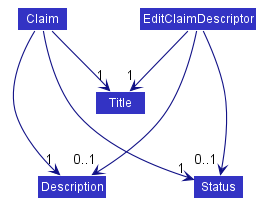
nus-cs2103-AY2122S1/tp keeps this PlantUML diagram as docs/images/ClaimEditClaimDescriptorClassDiagram.png. Above is the earlier version.
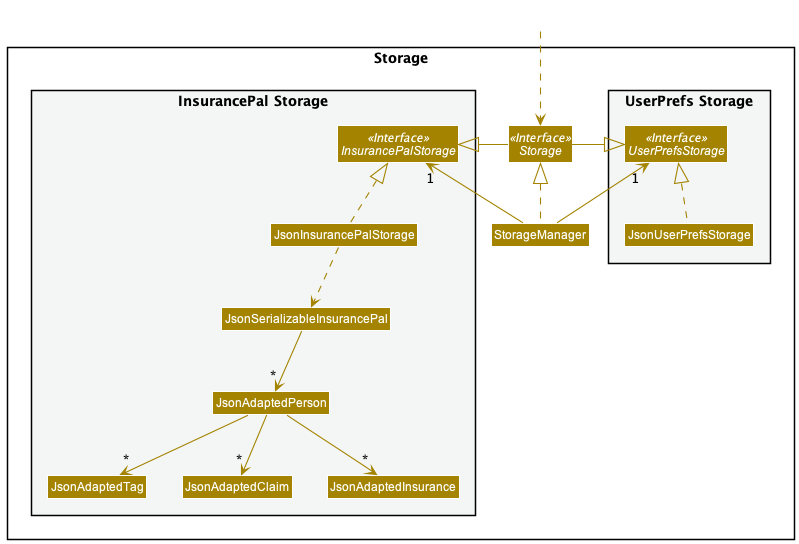
The same diagram one commit later.

Commit message:
Update NoteClassDiagram and StorageClassDiagram

Diff of the diagram source:
```diff
@@ -1,20 +1,47 @@
 @startuml
 !include style.puml
 skinparam arrowThickness 1.1
-skinparam arrowColor LOGIC_COLOR_T4
-skinparam classBackgroundColor LOGIC_COLOR
+skinparam arrowColor STORAGE_COLOR
+skinparam classBackgroundColor STORAGE_COLOR
 
-class Claim
-class EditClaimDescriptor
-class Title
-class Status
-class Description
+package Storage{
 
-Claim --> "1" Title
-Claim ---> "1" Description
-Claim ---> "1" Status
+package "UserPrefs Storage" #F4F6F6{
+Interface UserPrefsStorage <<Interface>>
+Class JsonUserPrefsStorage
+}
 
-EditClaimDescriptor --> "1" Title
-EditClaimDescriptor ---> "0..1" Description
-EditClaimDescriptor ---> "0..1" Status
+Interface Storage <<Interface>>
+Class StorageManager
+
+package "InsurancePal Storage" #F4F6F6{
+Interface InsurancePalStorage <<Interface>>
+Class JsonInsurancePalStorage
+Class JsonSerializableInsurancePal
+Class JsonAdaptedPerson
+Class JsonAdaptedTag
+Class JsonAdaptedClaim
+Class JsonAdaptedInsurance
+}
+
+}
+
+Class HiddenOutside #FFFFFF
+HiddenOutside ..> Storage
+
+StorageManager .up.|> Storage
+StorageManager -up-> "1" UserPrefsStorage
+StorageManager -up-> "1" InsurancePalStorage
+
+Storage -left-|> UserPrefsStorage
+Storage -right-|> InsurancePalStorage
+
+JsonUserPrefsStorage .up.|> UserPrefsStorage
+JsonInsurancePalStorage .up.|> InsurancePalStorage
+JsonInsurancePalStorage ..> JsonSerializableInsurancePal
+JsonSerializableInsurancePal --> "*" JsonAdaptedPerson
+JsonAdaptedPerson --> "*" JsonAdaptedTag
+JsonAdaptedPerson --> "*" JsonAdaptedClaim
+JsonAdaptedPerson --> "*" JsonAdaptedInsurance
+
 @enduml
```
